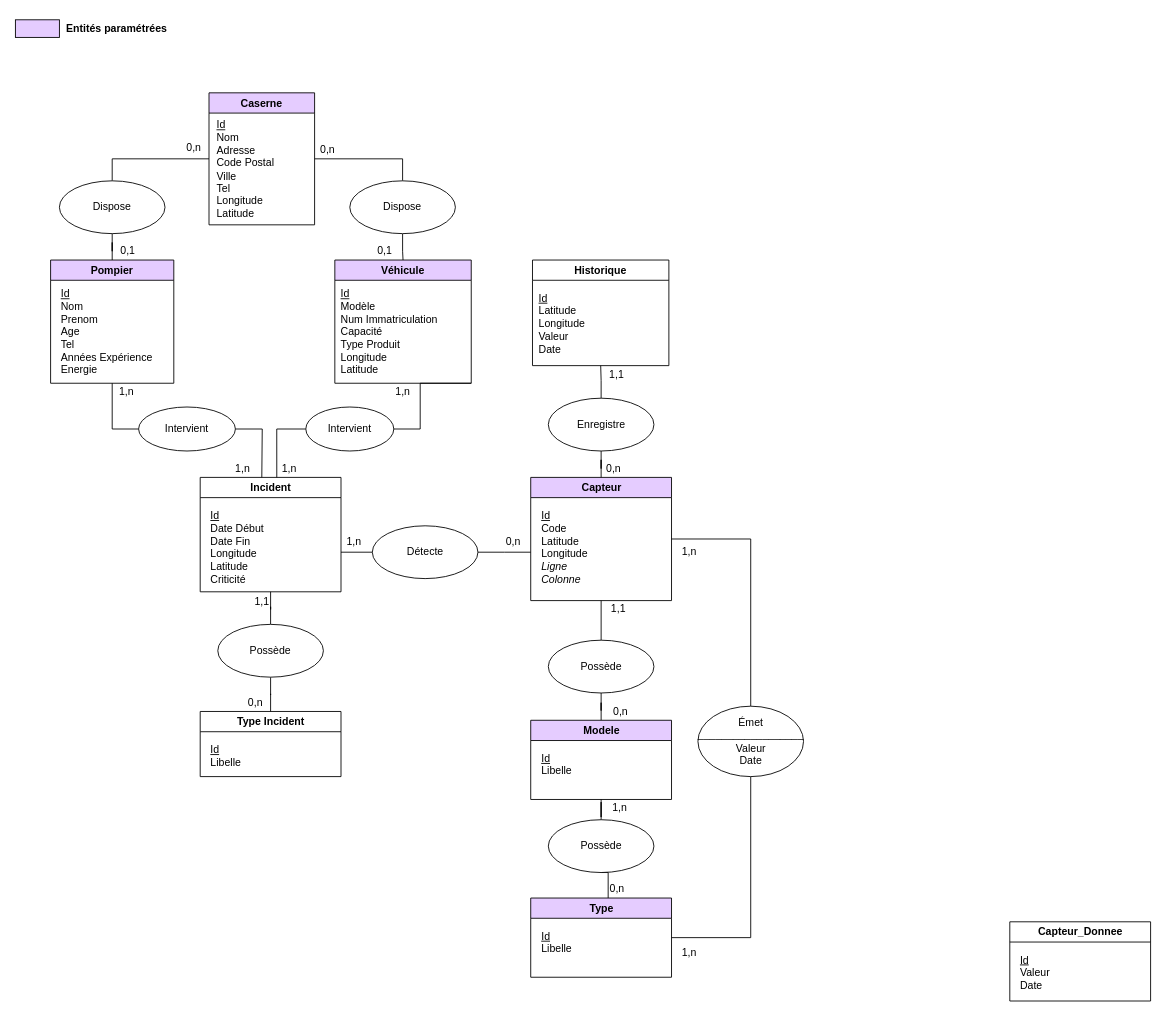
Above: Conception/MCD Emergency.drawio in GOROVSKY/projet-scientifique (draw.io), before the change. Source tidied: cells renumbered, new cells numbered last; positions are measured from the earlier drawing's top-left corner, leaving out a move shared by most shapes. Both pictures are drawn from the tidied source at 88%, with x=0, y=0 at pixel (15, 15).
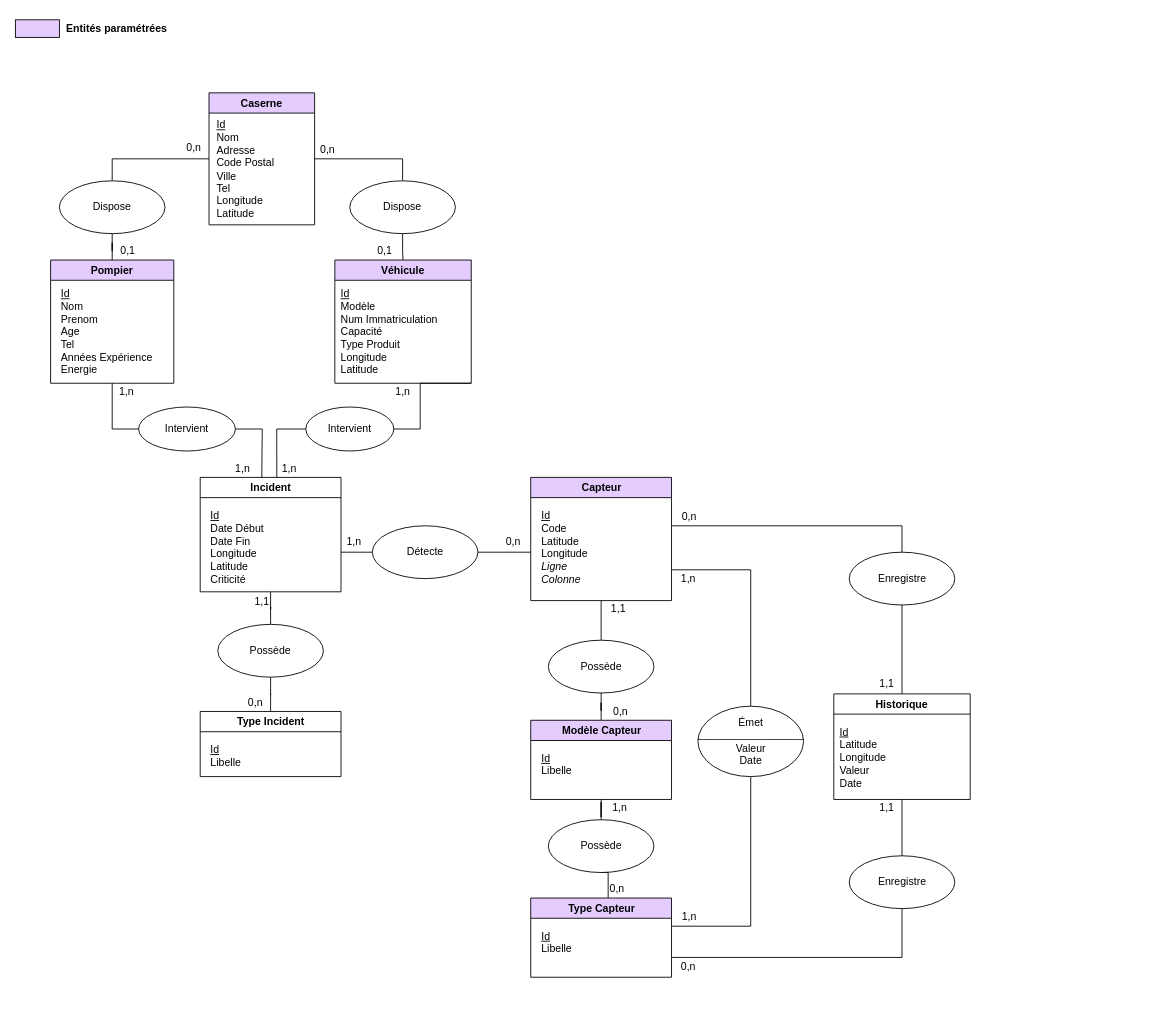
The same page after the edit.

Unchanged cells that the change refers to:
```xml
<mxCell id="25" value="Capteur" style="swimlane;fontFamily=Helvetica;fontSize=12;fontColor=default;fillColor=#E5CCFF;gradientColor=none;html=1;" parent="1" vertex="1">
  <mxGeometry x="585.6" y="525" width="160" height="140" as="geometry" />
</mxCell>
<mxCell id="64" value="&lt;div&gt;Émet&lt;/div&gt;&lt;div&gt;__________________&lt;/div&gt;&lt;div&gt;Valeur&lt;/div&gt;&lt;div&gt;Date&lt;br&gt;&lt;/div&gt;" style="ellipse;whiteSpace=wrap;html=1;" parent="1" vertex="1">
  <mxGeometry x="775.6" y="785" width="120" height="80" as="geometry" />
</mxCell>
```

Diff of the diagram source:
```diff
@@
-    <mxCell id="24" style="edgeStyle=orthogonalEdgeStyle;rounded=0;jettySize=auto;html=1;endArrow=none;endFill=0;entryX=0.5;entryY=0;entryDx=0;entryDy=0;" parent="1" edge="1" source="25" target="64">
+    <mxCell id="24" style="edgeStyle=orthogonalEdgeStyle;rounded=0;jettySize=auto;html=1;endArrow=none;endFill=0;entryX=0.5;entryY=0;entryDx=0;entryDy=0;exitX=1;exitY=0.75;exitDx=0;exitDy=0;" parent="1" edge="1" source="25" target="64">
       <mxGeometry relative="1" as="geometry" />
     </mxCell>
@@
     <mxCell id="32" style="edgeStyle=orthogonalEdgeStyle;rounded=0;jettySize=auto;html=1;entryX=0.5;entryY=1;entryDx=0;entryDy=0;endArrow=none;endFill=0;" parent="1" edge="1" source="33" target="64">
-      <mxGeometry relative="1" as="geometry" />
+      <mxGeometry relative="1" as="geometry">
+        <Array as="points">
+          <mxPoint x="836" y="1035" />
+        </Array>
+      </mxGeometry>
     </mxCell>
+    <mxCell id="74" style="edgeStyle=orthogonalEdgeStyle;rounded=0;jettySize=auto;html=1;exitX=1;exitY=0.75;exitDx=0;exitDy=0;entryX=0.5;entryY=1;entryDx=0;entryDy=0;endArrow=none;endFill=0;" parent="1" edge="1" source="33" target="76">
+      <mxGeometry relative="1" as="geometry" />
+    </mxCell>
-    <mxCell id="33" value="Type" style="swimlane;fontFamily=Helvetica;fontSize=12;fontColor=default;fillColor=#E5CCFF;gradientColor=none;html=1;" parent="1" vertex="1">
+    <mxCell id="33" value="Type Capteur" style="swimlane;fontFamily=Helvetica;fontSize=12;fontColor=default;fillColor=#E5CCFF;gradientColor=none;html=1;" parent="1" vertex="1">
       <mxGeometry x="585.6" y="1003" width="160" height="90" as="geometry" />
     </mxCell>
@@
     <mxCell id="40" value="Historique" style="swimlane;startSize=23;" parent="1" vertex="1">
-      <mxGeometry x="587.6" y="278" width="155" height="120" as="geometry" />
+      <mxGeometry x="930" y="771" width="155" height="120" as="geometry" />
     </mxCell>
@@
-    <mxCell id="42" style="edgeStyle=orthogonalEdgeStyle;rounded=0;jettySize=auto;html=1;fontFamily=Helvetica;fontSize=12;fontColor=default;endArrow=none;endFill=0;exitX=0.5;exitY=0;exitDx=0;exitDy=0;" parent="1" edge="1" source="44" target="40">
+    <mxCell id="42" style="edgeStyle=orthogonalEdgeStyle;rounded=0;jettySize=auto;html=1;fontFamily=Helvetica;fontSize=12;fontColor=default;endArrow=none;endFill=0;exitX=0.5;exitY=1;exitDx=0;exitDy=0;" parent="1" edge="1" source="44" target="40">
       <mxGeometry relative="1" as="geometry" />
     </mxCell>
     <mxCell id="43" style="edgeStyle=orthogonalEdgeStyle;rounded=0;jettySize=auto;html=1;fontFamily=Helvetica;fontSize=12;fontColor=default;endArrow=none;endFill=0;" parent="1" edge="1" source="44" target="25">
-      <mxGeometry relative="1" as="geometry" />
+      <mxGeometry relative="1" as="geometry">
+        <Array as="points">
+          <mxPoint x="780" y="580" />
+          <mxPoint x="780" y="580" />
+        </Array>
+      </mxGeometry>
     </mxCell>
     <mxCell id="44" value="Enregistre" style="ellipse;whiteSpace=wrap;html=1;" parent="1" vertex="1">
-      <mxGeometry x="605.6" y="435" width="120" height="60" as="geometry" />
+      <mxGeometry x="947.5" y="610" width="120" height="60" as="geometry" />
     </mxCell>
     <mxCell id="45" value="0,n" style="text;html=1;strokeColor=none;fillColor=none;align=center;verticalAlign=middle;whiteSpace=wrap;rounded=0;fontFamily=Helvetica;fontSize=12;fontColor=default;" parent="1" vertex="1">
-      <mxGeometry x="660" y="505" width="40" height="20" as="geometry" />
+      <mxGeometry x="745.6" y="560" width="40" height="20" as="geometry" />
     </mxCell>
     <mxCell id="46" value="1,1" style="text;html=1;strokeColor=none;fillColor=none;align=center;verticalAlign=middle;whiteSpace=wrap;rounded=0;fontFamily=Helvetica;fontSize=12;fontColor=default;" parent="1" vertex="1">
-      <mxGeometry x="663.1" y="398" width="41.2" height="20" as="geometry" />
+      <mxGeometry x="970" y="750" width="41.2" height="20" as="geometry" />
     </mxCell>
@@
-    <mxCell id="56" value="&lt;div&gt;Modele&lt;/div&gt;" style="swimlane;fontFamily=Helvetica;fontSize=12;fontColor=default;fillColor=#E5CCFF;gradientColor=none;html=1;" parent="1" vertex="1">
+    <mxCell id="56" value="&lt;div&gt;Modèle Capteur&lt;/div&gt;" style="swimlane;fontFamily=Helvetica;fontSize=12;fontColor=default;fillColor=#E5CCFF;gradientColor=none;html=1;" parent="1" vertex="1">
       <mxGeometry x="585.6" y="801" width="160" height="90" as="geometry" />
     </mxCell>
@@
-    <mxCell id="62" value="&lt;div&gt;Capteur_Donnee&lt;/div&gt;" style="swimlane;fontFamily=Helvetica;fontSize=12;fontColor=default;fillColor=#FFFFFF;gradientColor=none;html=1;" parent="1" vertex="1">
-      <mxGeometry x="1130" y="1030" width="160" height="90" as="geometry" />
-    </mxCell>
-    <mxCell id="63" value="&lt;div align=&quot;left&quot;&gt;&lt;u&gt;Id&lt;/u&gt;&lt;/div&gt;Valeur&lt;br&gt;&lt;div&gt;Date&lt;/div&gt;&lt;div&gt;&lt;br&gt;&lt;/div&gt;" style="text;html=1;align=left;verticalAlign=top;strokeColor=none;fillColor=none;" parent="62" vertex="1">
-      <mxGeometry x="10" y="30" width="50" height="60" as="geometry" />
-    </mxCell>
@@
     <mxCell id="65" value="1,n" style="text;html=1;strokeColor=none;fillColor=none;align=center;verticalAlign=middle;whiteSpace=wrap;rounded=0;fontFamily=Helvetica;fontSize=12;fontColor=default;" parent="1" vertex="1">
-      <mxGeometry x="745.6" y="600" width="40" height="20" as="geometry" />
+      <mxGeometry x="744.6" y="630" width="40" height="20" as="geometry" />
     </mxCell>
     <mxCell id="66" value="1,n" style="text;html=1;strokeColor=none;fillColor=none;align=center;verticalAlign=middle;whiteSpace=wrap;rounded=0;fontFamily=Helvetica;fontSize=12;fontColor=default;" parent="1" vertex="1">
-      <mxGeometry x="745.6" y="1055" width="40" height="20" as="geometry" />
+      <mxGeometry x="745.6" y="1015" width="40" height="20" as="geometry" />
     </mxCell>
@@
+    <mxCell id="75" style="edgeStyle=orthogonalEdgeStyle;rounded=0;jettySize=auto;html=1;entryX=0.5;entryY=1;entryDx=0;entryDy=0;endArrow=none;endFill=0;" parent="1" edge="1" source="76" target="40">
+      <mxGeometry relative="1" as="geometry" />
+    </mxCell>
+    <mxCell id="76" value="Enregistre" style="ellipse;whiteSpace=wrap;html=1;" parent="1" vertex="1">
+      <mxGeometry x="947.5" y="955" width="120" height="60" as="geometry" />
+    </mxCell>
+    <mxCell id="77" value="1,1" style="text;html=1;strokeColor=none;fillColor=none;align=center;verticalAlign=middle;whiteSpace=wrap;rounded=0;fontFamily=Helvetica;fontSize=12;fontColor=default;" parent="1" vertex="1">
+      <mxGeometry x="970" y="891" width="41.2" height="20" as="geometry" />
+    </mxCell>
+    <mxCell id="78" value="0,n" style="text;html=1;strokeColor=none;fillColor=none;align=center;verticalAlign=middle;whiteSpace=wrap;rounded=0;fontFamily=Helvetica;fontSize=12;fontColor=default;" parent="1" vertex="1">
+      <mxGeometry x="744.6" y="1071" width="40" height="20" as="geometry" />
+    </mxCell>
```
